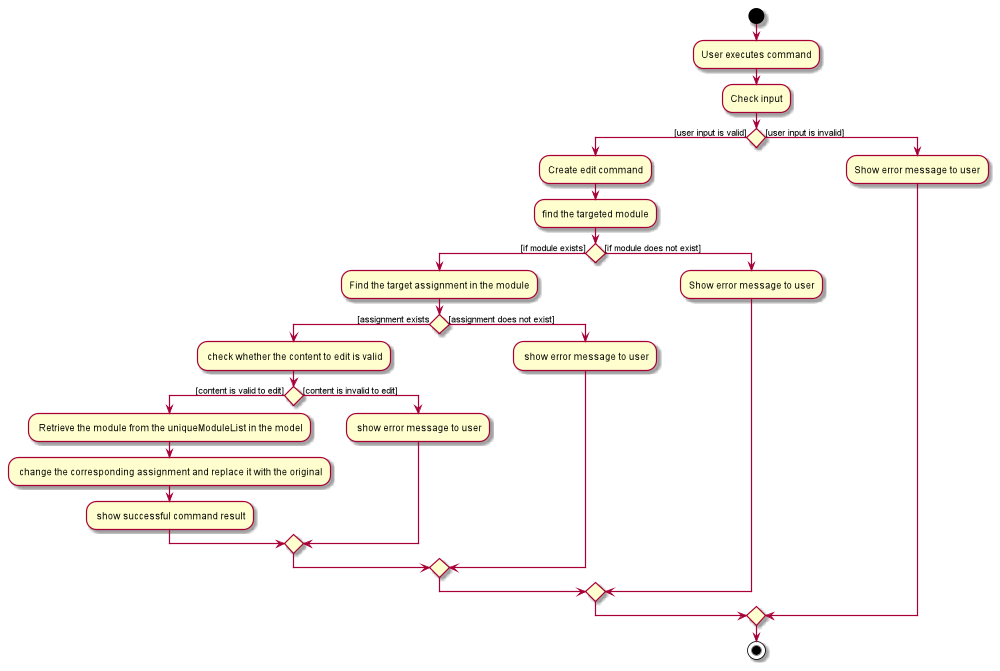
The PlantUML diagram docs/images/EditFeatureActivityDiagram.png in nus-cs2103-AY2021S2/tp, before a commit.
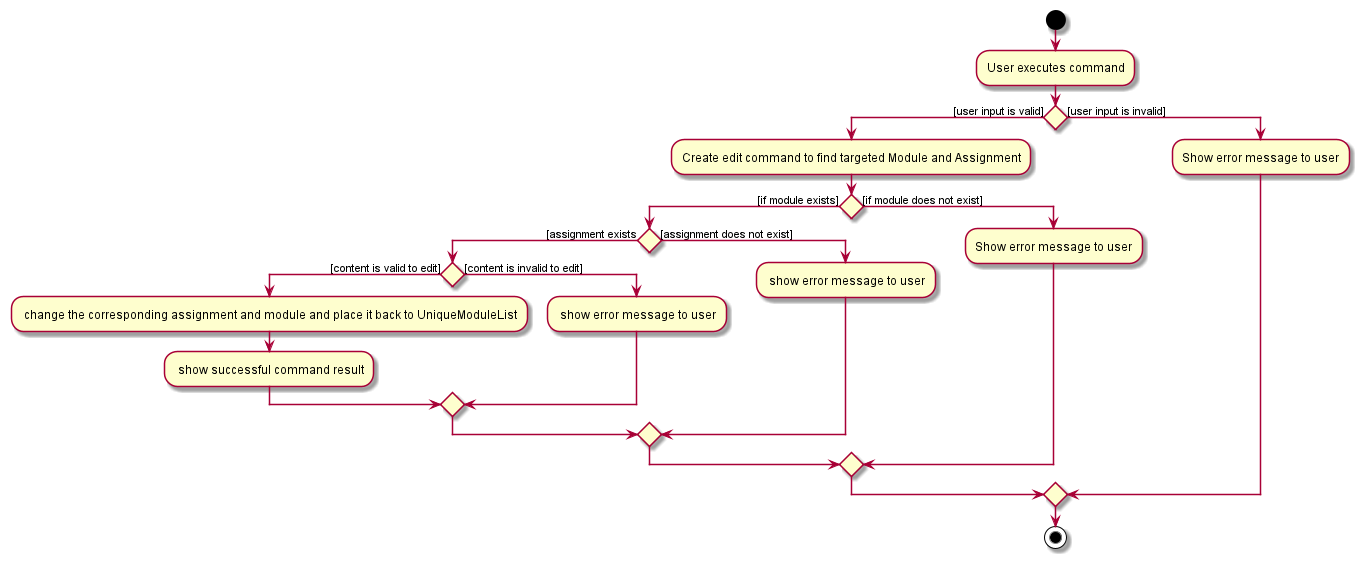
Later version of the same file.

Commit message:
Update EditFeature explanation and diagrams in DG

Change to the diagram source:
```diff
@@ -1,17 +1,13 @@
 @startuml
 start
 :User executes command;
-:Check input;
 if() then ([user input is valid])
-    :Create edit command;
-    :find the targeted module;
+    :Create edit command to find targeted Module and Assignment;
     if() then ([if module exists])
-        :Find the target assignment in the module;
         if() then ([assignment exists)
-            : check whether the content to edit is valid;
+
             if () then ([content is valid to edit])
-                : Retrieve the module from the uniqueModuleList in the model;
-                : change the corresponding assignment and replace it with the original;
+                : change the corresponding assignment and module and place it back to UniqueModuleList;
                 : show successful command result;
             else([content is invalid to edit])
                 : show error message to user;
```
